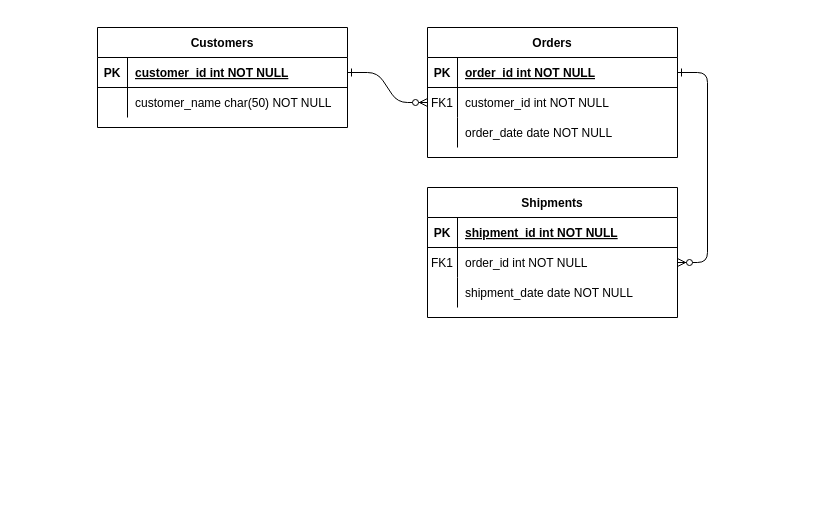
Before: Untitled Diagram.drawio in Decodetalkers/draw.io, a draw.io diagram. Source tidied: cells renumbered, new cells numbered last; positions are measured from the earlier drawing's top-left corner, leaving out a move shared by most shapes. Both pictures are drawn from the tidied source at 100%, with x=0, y=0 at pixel (97, 27).
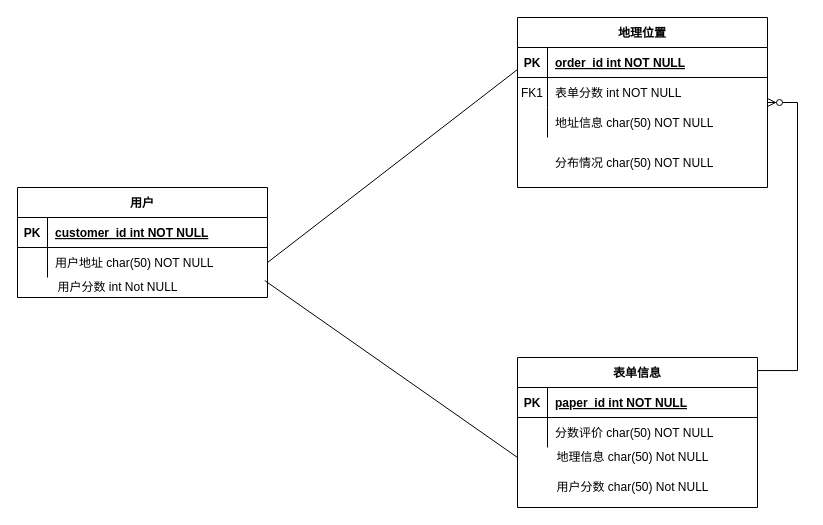
The same diagram, later.

The change refers to these unchanged cells:
```xml
<mxCell id="5" style="shape=partialRectangle;fillColor=none;points=[[0,0.5],[1,0.5]];portConstraint=eastwest;top=0;left=0;right=0;bottom=1;" parent="4" vertex="1">
  <mxGeometry y="30" width="250" height="30" as="geometry" />
</mxCell>
<mxCell id="8" style="shape=partialRectangle;fillColor=none;points=[[0,0.5],[1,0.5]];portConstraint=eastwest;top=0;left=0;right=0;bottom=0;" parent="4" vertex="1">
  <mxGeometry y="60" width="250" height="30" as="geometry" />
</mxCell>
<mxCell id="11" style="shape=partialRectangle;fillColor=none;top=0;left=0;right=0;bottom=0;" parent="4" vertex="1">
  <mxGeometry y="90" width="250" height="30" as="geometry" />
</mxCell>
<mxCell id="25" style="shape=partialRectangle;fillColor=none;points=[[0,0.5],[1,0.5]];portConstraint=eastwest;top=0;left=0;right=0;bottom=1;" parent="24" vertex="1">
  <mxGeometry y="30" width="250" height="30" as="geometry" />
</mxCell>
<mxCell id="28" style="shape=partialRectangle;fillColor=none;points=[[0,0.5],[1,0.5]];portConstraint=eastwest;top=0;left=0;right=0;bottom=0;" parent="24" vertex="1">
  <mxGeometry y="60" width="250" height="30" as="geometry" />
</mxCell>
```

Diff of the diagram source:
```diff
@@
-    <mxCell id="2" style="edgeStyle=entityRelationEdgeStyle;endArrow=ERzeroToMany;startArrow=ERone;endFill=1;startFill=0;" parent="1" edge="1" source="25" target="8">
-      <mxGeometry relative="1" as="geometry" />
-    </mxCell>
-    <mxCell id="3" style="edgeStyle=entityRelationEdgeStyle;endArrow=ERzeroToMany;startArrow=ERone;endFill=1;startFill=0;" parent="1" edge="1" source="5" target="18">
-      <mxGeometry relative="1" as="geometry" />
-    </mxCell>
-    <mxCell id="4" value="Orders" style="shape=table;startSize=30;childLayout=tableLayout;rowLines=0;fontStyle=1;align=center;" parent="1" vertex="1">
-      <mxGeometry x="330" width="250" height="130" as="geometry" />
+    <mxCell id="4" value="地理位置" style="shape=table;startSize=30;childLayout=tableLayout;rowLines=0;fontStyle=1;align=center;" parent="1" vertex="1">
+      <mxGeometry x="420" y="-10" width="250" height="170" as="geometry" />
     </mxCell>
@@
-    <mxCell id="10" value="customer_id int NOT NULL" style="shape=partialRectangle;overflow=hidden;fillColor=none;top=0;left=0;bottom=0;right=0;align=left;spacingLeft=6;" parent="8" vertex="1">
+    <mxCell id="10" value="表单分数 int NOT NULL" style="shape=partialRectangle;overflow=hidden;fillColor=none;top=0;left=0;bottom=0;right=0;align=left;spacingLeft=6;" parent="8" vertex="1">
       <mxGeometry x="30" width="220" height="30" as="geometry" />
     </mxCell>
@@
-    <mxCell id="13" value="order_date date NOT NULL" style="shape=partialRectangle;overflow=hidden;fillColor=none;top=0;left=0;bottom=0;right=0;align=left;spacingLeft=6;" parent="11" vertex="1">
+    <mxCell id="13" value="地址信息 char(50) NOT NULL" style="shape=partialRectangle;overflow=hidden;fillColor=none;top=0;left=0;bottom=0;right=0;align=left;spacingLeft=6;" parent="11" vertex="1">
       <mxGeometry x="30" width="220" height="30" as="geometry" />
     </mxCell>
-    <mxCell id="14" value="Shipments" style="shape=table;startSize=30;childLayout=tableLayout;rowLines=0;fontStyle=1;align=center;" parent="1" vertex="1">
-      <mxGeometry x="330" y="160" width="250" height="130" as="geometry" />
-    </mxCell>
-    <mxCell id="15" style="shape=partialRectangle;fillColor=none;top=0;left=0;right=0;bottom=1;" parent="14" vertex="1">
-      <mxGeometry y="30" width="250" height="30" as="geometry" />
-    </mxCell>
-    <mxCell id="16" value="PK" style="shape=partialRectangle;overflow=hidden;fillColor=none;top=0;left=0;bottom=0;right=0;fontStyle=1;" parent="15" vertex="1">
-      <mxGeometry width="30" height="30" as="geometry" />
-    </mxCell>
-    <mxCell id="17" value="shipment_id int NOT NULL " style="shape=partialRectangle;overflow=hidden;fillColor=none;top=0;left=0;bottom=0;right=0;align=left;spacingLeft=6;fontStyle=5;" parent="15" vertex="1">
-      <mxGeometry x="30" width="220" height="30" as="geometry" />
-    </mxCell>
-    <mxCell id="18" style="shape=partialRectangle;fillColor=none;points=[[0,0.5],[1,0.5]];portConstraint=eastwest;top=0;left=0;right=0;bottom=0;" parent="14" vertex="1">
-      <mxGeometry y="60" width="250" height="30" as="geometry" />
-    </mxCell>
-    <mxCell id="19" value="FK1" style="shape=partialRectangle;overflow=hidden;fillColor=none;top=0;left=0;bottom=0;right=0;" parent="18" vertex="1">
-      <mxGeometry width="30" height="30" as="geometry" />
-    </mxCell>
-    <mxCell id="20" value="order_id int NOT NULL" style="shape=partialRectangle;overflow=hidden;fillColor=none;top=0;left=0;bottom=0;right=0;align=left;spacingLeft=6;" parent="18" vertex="1">
-      <mxGeometry x="30" width="220" height="30" as="geometry" />
-    </mxCell>
-    <mxCell id="21" style="shape=partialRectangle;fillColor=none;top=0;left=0;right=0;bottom=0;" parent="14" vertex="1">
-      <mxGeometry y="90" width="250" height="30" as="geometry" />
-    </mxCell>
-    <mxCell id="22" style="shape=partialRectangle;overflow=hidden;fillColor=none;top=0;left=0;bottom=0;right=0;" parent="21" vertex="1">
-      <mxGeometry width="30" height="30" as="geometry" />
-    </mxCell>
-    <mxCell id="23" value="shipment_date date NOT NULL" style="shape=partialRectangle;overflow=hidden;fillColor=none;top=0;left=0;bottom=0;right=0;align=left;spacingLeft=6;" parent="21" vertex="1">
-      <mxGeometry x="30" width="220" height="30" as="geometry" />
-    </mxCell>
-    <mxCell id="24" value="Customers" style="shape=table;startSize=30;childLayout=tableLayout;rowLines=0;fontStyle=1;align=center;" parent="1" vertex="1">
-      <mxGeometry width="250" height="100" as="geometry" />
+    <mxCell id="24" value="用户" style="shape=table;startSize=30;childLayout=tableLayout;rowLines=0;fontStyle=1;align=center;" parent="1" vertex="1">
+      <mxGeometry x="-80" y="160" width="250" height="110" as="geometry" />
     </mxCell>
@@
-    <mxCell id="30" value="customer_name char(50) NOT NULL" style="shape=partialRectangle;overflow=hidden;fillColor=none;top=0;left=0;bottom=0;right=0;align=left;spacingLeft=6;" parent="28" vertex="1">
+    <mxCell id="30" value="用户地址 char(50) NOT NULL" style="shape=partialRectangle;overflow=hidden;fillColor=none;top=0;left=0;bottom=0;right=0;align=left;spacingLeft=6;" parent="28" vertex="1">
       <mxGeometry x="30" width="220" height="30" as="geometry" />
     </mxCell>
+    <mxCell id="31" style="endArrow=none;html=1;rounded=0;entryX=0;entryY=0.734;entryDx=0;entryDy=0;entryPerimeter=0;exitX=1;exitY=0.5;exitDx=0;exitDy=0;" parent="1" edge="1" source="28" target="5">
+      <mxGeometry relative="1" as="geometry" />
+    </mxCell>
+    <mxCell id="32" value="&lt;div&gt;用户分数 int Not NULL&lt;/div&gt;" style="text;html=1;align=center;verticalAlign=middle;strokeColor=none;fillColor=none;" parent="1" vertex="1">
+      <mxGeometry x="-50" y="250" width="140" height="20" as="geometry" />
+    </mxCell>
+    <mxCell id="33" value="表单信息" style="shape=table;startSize=30;childLayout=tableLayout;rowLines=0;fontStyle=1;align=center;" parent="1" vertex="1">
+      <mxGeometry x="420" y="330" width="240" height="150" as="geometry" />
+    </mxCell>
+    <mxCell id="34" style="shape=partialRectangle;fillColor=none;top=0;left=0;right=0;bottom=1;" parent="33" vertex="1">
+      <mxGeometry y="30" width="240" height="30" as="geometry" />
+    </mxCell>
+    <mxCell id="16" value="PK" style="shape=partialRectangle;overflow=hidden;fillColor=none;top=0;left=0;bottom=0;right=0;fontStyle=1;" parent="34" vertex="1">
+      <mxGeometry width="30" height="30" as="geometry" />
+    </mxCell>
+    <mxCell id="35" value="paper_id int NOT NULL " style="shape=partialRectangle;overflow=hidden;fillColor=none;top=0;left=0;bottom=0;right=0;align=left;spacingLeft=6;fontStyle=5;" parent="34" vertex="1">
+      <mxGeometry x="30" width="210" height="30" as="geometry" />
+    </mxCell>
+    <mxCell id="36" style="shape=partialRectangle;fillColor=none;top=0;left=0;right=0;bottom=0;" parent="33" vertex="1">
+      <mxGeometry y="60" width="240" height="30" as="geometry" />
+    </mxCell>
+    <mxCell id="22" style="shape=partialRectangle;overflow=hidden;fillColor=none;top=0;left=0;bottom=0;right=0;" parent="36" vertex="1">
+      <mxGeometry width="30" height="30" as="geometry" />
+    </mxCell>
+    <mxCell id="37" value="分数评价 char(50) NOT NULL" style="shape=partialRectangle;overflow=hidden;fillColor=none;top=0;left=0;bottom=0;right=0;align=left;spacingLeft=6;" parent="36" vertex="1">
+      <mxGeometry x="30" width="210" height="30" as="geometry" />
+    </mxCell>
+    <mxCell id="38" value="&lt;div&gt;地理信息 char(50) Not NULL&lt;/div&gt;" style="text;html=1;align=center;verticalAlign=middle;strokeColor=none;fillColor=none;" parent="1" vertex="1">
+      <mxGeometry x="450" y="420" width="170" height="20" as="geometry" />
+    </mxCell>
+    <mxCell id="39" value="&lt;div&gt;用户分数 char(50) Not NULL&lt;/div&gt;" style="text;html=1;align=center;verticalAlign=middle;strokeColor=none;fillColor=none;" parent="1" vertex="1">
+      <mxGeometry x="450" y="450" width="170" height="20" as="geometry" />
+    </mxCell>
+    <mxCell id="40" style="endArrow=none;html=1;rounded=0;entryX=0.989;entryY=1.102;entryDx=0;entryDy=0;entryPerimeter=0;" parent="1" edge="1" target="28">
+      <mxGeometry relative="1" as="geometry">
+        <mxPoint x="420" y="430" as="sourcePoint" />
+      </mxGeometry>
+    </mxCell>
+    <mxCell id="41" value="分布情况 char(50) NOT NULL" style="shape=partialRectangle;overflow=hidden;fillColor=none;top=0;left=0;bottom=0;right=0;align=left;spacingLeft=6;" parent="1" vertex="1">
+      <mxGeometry x="450" y="120" width="220" height="30" as="geometry" />
+    </mxCell>
+    <mxCell id="42" style="edgeStyle=entityRelationEdgeStyle;fontSize=12;html=1;endArrow=ERzeroToMany;endFill=1;rounded=0;exitX=1.002;exitY=0.087;exitDx=0;exitDy=0;exitPerimeter=0;" parent="1" edge="1" source="33" target="4">
+      <mxGeometry relative="1" as="geometry" />
+    </mxCell>
```
